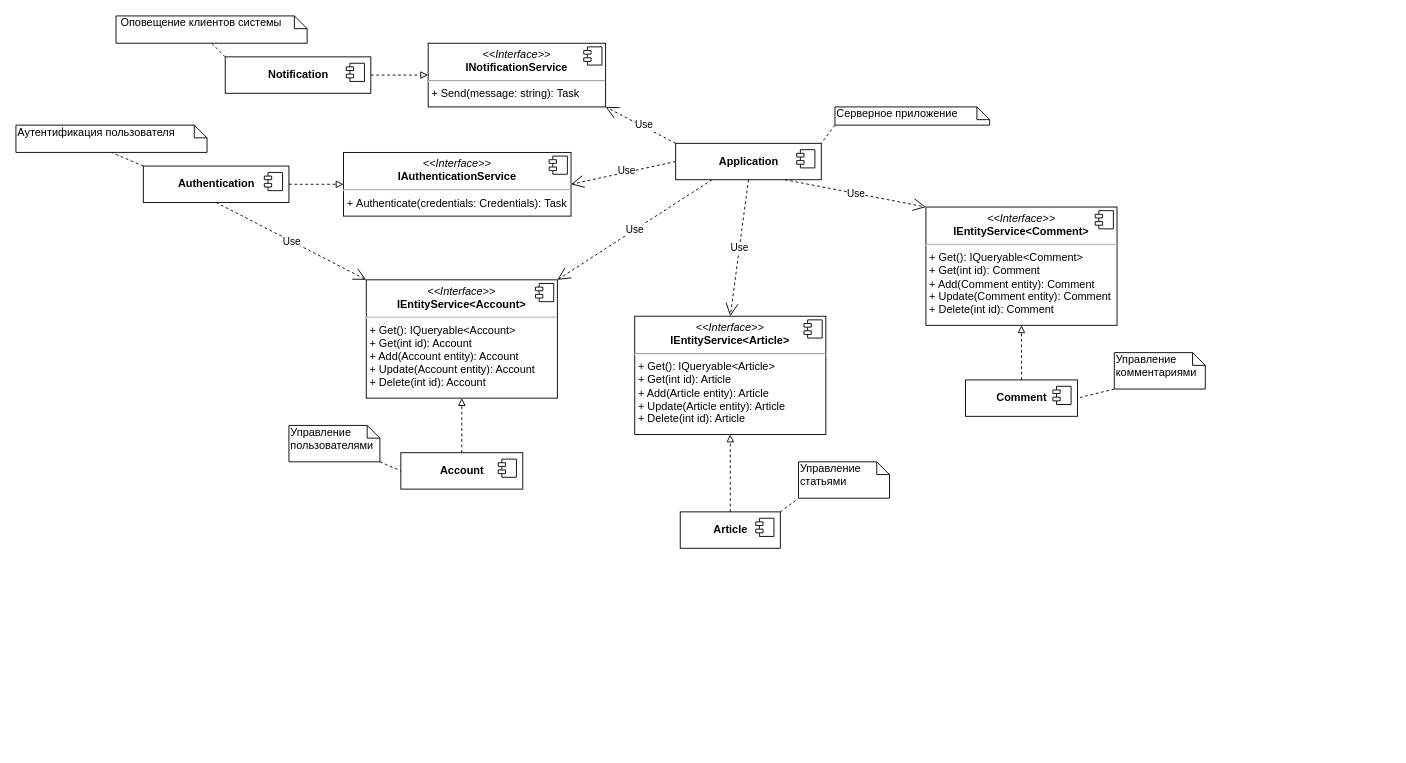
HelenMakarchuk/Infotecs.Tasks keeps this draw.io diagram as Artifacts/Component Diagram.drawio. Above is the earlier version. Source tidied: cells renumbered, new cells numbered last; positions are measured from the earlier drawing's top-left corner, leaving out a move shared by most shapes. Both pictures are drawn from the tidied source at 91%, with x=0, y=0 at pixel (15, 15).
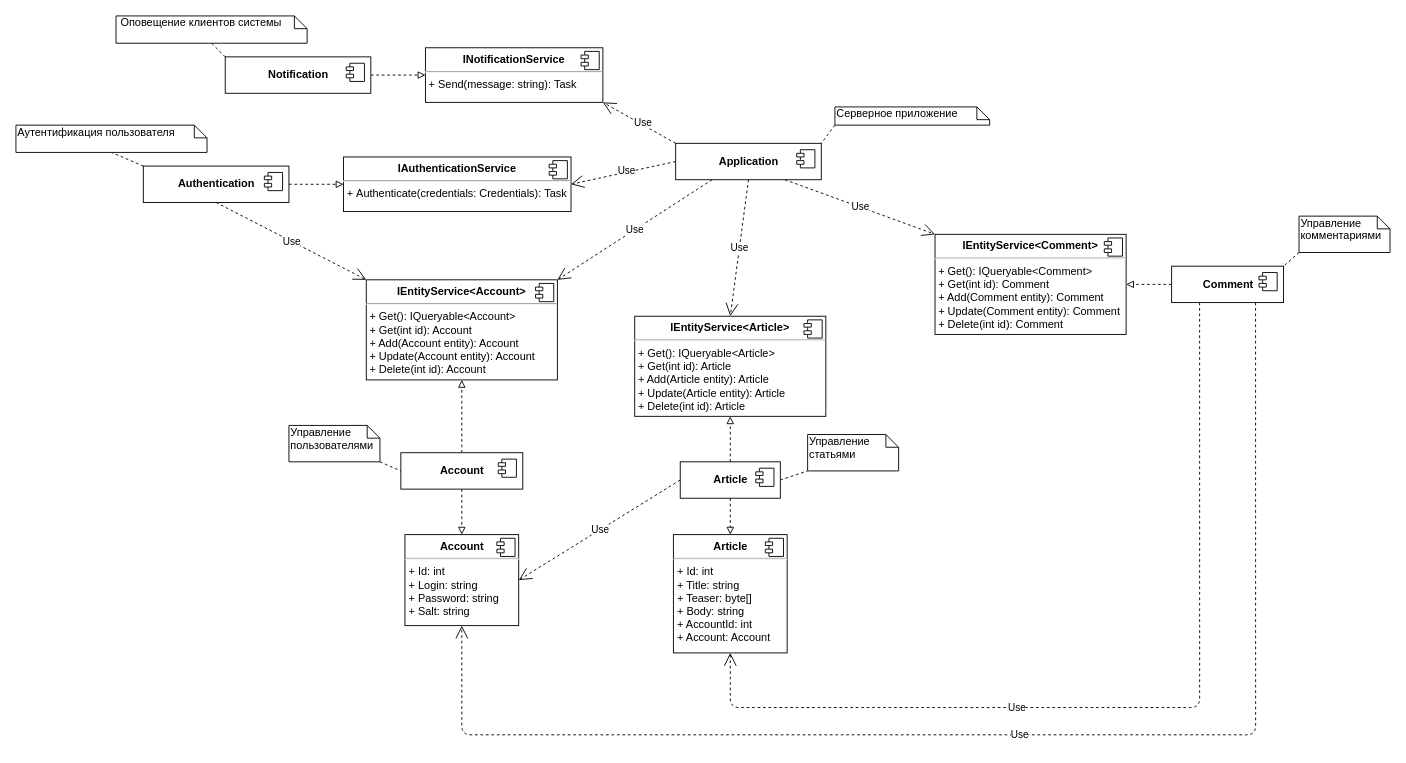
The same page after the edit.

Unchanged cells that the change refers to:
```xml
<mxCell id="10" value="&lt;b&gt;Account&lt;/b&gt;" style="html=1;" parent="1" vertex="1">
  <mxGeometry x="423" y="480" width="134" height="40" as="geometry" />
</mxCell>
```

What changed in the source:
```diff
@@
-    <mxCell id="2" style="edgeStyle=none;rounded=0;jettySize=auto;html=1;exitX=1;exitY=0;exitDx=0;exitDy=0;entryX=0;entryY=1;entryDx=0;entryDy=0;entryPerimeter=0;dashed=1;endArrow=none;endFill=0;" parent="1" edge="1" source="4" target="19">
+    <mxCell id="2" style="edgeStyle=none;rounded=0;jettySize=auto;html=1;exitX=1;exitY=0.5;exitDx=0;exitDy=0;entryX=0;entryY=1;entryDx=0;entryDy=0;entryPerimeter=0;dashed=1;endArrow=none;endFill=0;" parent="1" edge="1" source="4" target="19">
       <mxGeometry relative="1" as="geometry" />
     </mxCell>
@@
     <mxCell id="4" value="&lt;b&gt;Article&lt;/b&gt;" style="html=1;" parent="1" vertex="1">
-      <mxGeometry x="730" y="545" width="110" height="40" as="geometry" />
+      <mxGeometry x="730" y="490" width="110" height="40" as="geometry" />
     </mxCell>
@@
-    <mxCell id="6" style="edgeStyle=none;rounded=0;jettySize=auto;html=1;exitX=0.5;exitY=0;exitDx=0;exitDy=0;entryX=0.5;entryY=1;entryDx=0;entryDy=0;dashed=1;sourcePerimeterSpacing=-1;endArrow=block;endFill=0;endSize=6;" parent="1" edge="1" source="7" target="33">
+    <mxCell id="6" style="edgeStyle=none;rounded=0;jettySize=auto;html=1;exitX=0;exitY=0.5;exitDx=0;exitDy=0;entryX=1;entryY=0.5;entryDx=0;entryDy=0;dashed=1;sourcePerimeterSpacing=-1;endArrow=block;endFill=0;endSize=6;" parent="1" edge="1" source="7" target="33">
       <mxGeometry relative="1" as="geometry" />
     </mxCell>
     <mxCell id="7" value="&lt;b&gt;Comment&lt;/b&gt;" style="html=1;" parent="1" vertex="1">
-      <mxGeometry x="1043.5" y="400" width="123" height="40" as="geometry" />
+      <mxGeometry x="1270" y="275" width="123" height="40" as="geometry" />
     </mxCell>
@@
-    <mxCell id="17" style="rounded=0;jettySize=auto;html=1;exitX=0;exitY=1;exitDx=0;exitDy=0;exitPerimeter=0;entryX=1;entryY=0.5;entryDx=0;entryDy=0;endArrow=none;endFill=0;dashed=1;" parent="1" edge="1" source="18" target="7">
+    <mxCell id="17" style="rounded=0;jettySize=auto;html=1;exitX=0;exitY=1;exitDx=0;exitDy=0;exitPerimeter=0;entryX=1;entryY=0;entryDx=0;entryDy=0;endArrow=none;endFill=0;dashed=1;" parent="1" edge="1" source="18" target="7">
       <mxGeometry relative="1" as="geometry" />
     </mxCell>
     <mxCell id="18" value="&lt;span style=&quot;text-align: center&quot;&gt;У&lt;/span&gt;&lt;span style=&quot;text-align: center&quot;&gt;правление&amp;nbsp;&lt;/span&gt;&lt;br style=&quot;text-align: center&quot;&gt;&lt;span style=&quot;text-align: center&quot;&gt;комментариями&lt;/span&gt;" style="shape=note;whiteSpace=wrap;html=1;size=14;verticalAlign=top;align=left;spacingTop=-6;" parent="1" vertex="1">
-      <mxGeometry x="1207" y="370" width="100" height="40" as="geometry" />
+      <mxGeometry x="1410" y="220" width="100" height="40" as="geometry" />
     </mxCell>
     <mxCell id="19" value="Управление статьями" style="shape=note;whiteSpace=wrap;html=1;size=14;verticalAlign=top;align=left;spacingTop=-6;" parent="1" vertex="1">
-      <mxGeometry x="860" y="490" width="100" height="40" as="geometry" />
+      <mxGeometry x="870" y="460" width="100" height="40" as="geometry" />
     </mxCell>
@@
-    <mxCell id="29" value="&lt;p style=&quot;margin: 0px ; margin-top: 6px ; text-align: center&quot;&gt;&lt;i&gt;&amp;lt;&amp;lt;Interface&amp;gt;&amp;gt;&lt;/i&gt;&lt;br&gt;&lt;b&gt;IEntityService&amp;lt;&lt;/b&gt;&lt;b&gt;Account&lt;/b&gt;&lt;b&gt;&amp;gt;&lt;/b&gt;&lt;br&gt;&lt;/p&gt;&lt;hr&gt;&lt;p style=&quot;margin: 0px 0px 0px 4px&quot;&gt;+ Get():&amp;nbsp;IQueryable&amp;lt;&lt;span style=&quot;text-align: center&quot;&gt;Account&lt;/span&gt;&amp;gt;&lt;/p&gt;&lt;p style=&quot;margin: 0px 0px 0px 4px&quot;&gt;+ Get(int id): Account&lt;/p&gt;&lt;p style=&quot;margin: 0px 0px 0px 4px&quot;&gt;+ Add(Account entity): Account&lt;/p&gt;&lt;p style=&quot;margin: 0px 0px 0px 4px&quot;&gt;+ Update(Account entity): Account&lt;br&gt;+ Delete(int id): Account&lt;/p&gt;" style="align=left;overflow=fill;html=1;" parent="1" vertex="1">
-      <mxGeometry x="385" y="290" width="210" height="130" as="geometry" />
+    <mxCell id="29" value="&lt;p style=&quot;margin: 0px ; margin-top: 6px ; text-align: center&quot;&gt;&lt;b&gt;IEntityService&amp;lt;&lt;/b&gt;&lt;b&gt;Account&lt;/b&gt;&lt;b&gt;&amp;gt;&lt;/b&gt;&lt;br&gt;&lt;/p&gt;&lt;hr&gt;&lt;p style=&quot;margin: 0px 0px 0px 4px&quot;&gt;+ Get():&amp;nbsp;IQueryable&amp;lt;&lt;span style=&quot;text-align: center&quot;&gt;Account&lt;/span&gt;&amp;gt;&lt;/p&gt;&lt;p style=&quot;margin: 0px 0px 0px 4px&quot;&gt;+ Get(int id): Account&lt;/p&gt;&lt;p style=&quot;margin: 0px 0px 0px 4px&quot;&gt;+ Add(Account entity): Account&lt;/p&gt;&lt;p style=&quot;margin: 0px 0px 0px 4px&quot;&gt;+ Update(Account entity): Account&lt;br&gt;+ Delete(int id): Account&lt;/p&gt;" style="align=left;overflow=fill;html=1;" parent="1" vertex="1">
+      <mxGeometry x="385" y="290" width="210" height="110" as="geometry" />
     </mxCell>
@@
-    <mxCell id="31" value="&lt;p style=&quot;margin: 0px ; margin-top: 6px ; text-align: center&quot;&gt;&lt;i&gt;&amp;lt;&amp;lt;Interface&amp;gt;&amp;gt;&lt;/i&gt;&lt;br&gt;&lt;b&gt;IEntityService&amp;lt;Article&amp;gt;&lt;/b&gt;&lt;br&gt;&lt;/p&gt;&lt;hr&gt;&lt;p style=&quot;margin: 0px 0px 0px 4px&quot;&gt;+ Get():&amp;nbsp;IQueryable&amp;lt;Article&amp;gt;&lt;/p&gt;&lt;p style=&quot;margin: 0px 0px 0px 4px&quot;&gt;+ Get(int id): Article&lt;/p&gt;&lt;p style=&quot;margin: 0px 0px 0px 4px&quot;&gt;+ Add(Article entity): Article&lt;/p&gt;&lt;p style=&quot;margin: 0px 0px 0px 4px&quot;&gt;+ Update(Article entity): Article&lt;br&gt;+ Delete(int id): Article&lt;/p&gt;" style="align=left;overflow=fill;html=1;" parent="1" vertex="1">
-      <mxGeometry x="680" y="330" width="210" height="130" as="geometry" />
+    <mxCell id="31" value="&lt;p style=&quot;margin: 0px ; margin-top: 6px ; text-align: center&quot;&gt;&lt;b&gt;IEntityService&amp;lt;Article&amp;gt;&lt;/b&gt;&lt;br&gt;&lt;/p&gt;&lt;hr&gt;&lt;p style=&quot;margin: 0px 0px 0px 4px&quot;&gt;+ Get():&amp;nbsp;IQueryable&amp;lt;Article&amp;gt;&lt;/p&gt;&lt;p style=&quot;margin: 0px 0px 0px 4px&quot;&gt;+ Get(int id): Article&lt;/p&gt;&lt;p style=&quot;margin: 0px 0px 0px 4px&quot;&gt;+ Add(Article entity): Article&lt;/p&gt;&lt;p style=&quot;margin: 0px 0px 0px 4px&quot;&gt;+ Update(Article entity): Article&lt;br&gt;+ Delete(int id): Article&lt;/p&gt;" style="align=left;overflow=fill;html=1;" parent="1" vertex="1">
+      <mxGeometry x="680" y="330" width="210" height="110" as="geometry" />
     </mxCell>
@@
-    <mxCell id="33" value="&lt;p style=&quot;margin: 0px ; margin-top: 6px ; text-align: center&quot;&gt;&lt;i&gt;&amp;lt;&amp;lt;Interface&amp;gt;&amp;gt;&lt;/i&gt;&lt;br&gt;&lt;b&gt;IEntityService&amp;lt;&lt;/b&gt;&lt;b&gt;Comment&lt;/b&gt;&lt;b&gt;&amp;gt;&lt;/b&gt;&lt;br&gt;&lt;/p&gt;&lt;hr&gt;&lt;p style=&quot;margin: 0px 0px 0px 4px&quot;&gt;+ Get():&amp;nbsp;IQueryable&amp;lt;&lt;span style=&quot;text-align: center&quot;&gt;Comment&lt;/span&gt;&amp;gt;&lt;/p&gt;&lt;p style=&quot;margin: 0px 0px 0px 4px&quot;&gt;+ Get(int id): Comment&lt;/p&gt;&lt;p style=&quot;margin: 0px 0px 0px 4px&quot;&gt;+ Add(Comment entity): Comment&lt;/p&gt;&lt;p style=&quot;margin: 0px 0px 0px 4px&quot;&gt;+ Update(Comment entity): Comment&lt;br&gt;+ Delete(int id): Comment&lt;/p&gt;" style="align=left;overflow=fill;html=1;" parent="1" vertex="1">
-      <mxGeometry x="1000" y="210" width="210" height="130" as="geometry" />
+    <mxCell id="33" value="&lt;p style=&quot;margin: 0px ; margin-top: 6px ; text-align: center&quot;&gt;&lt;b&gt;IEntityService&amp;lt;&lt;/b&gt;&lt;b&gt;Comment&lt;/b&gt;&lt;b&gt;&amp;gt;&lt;/b&gt;&lt;br&gt;&lt;/p&gt;&lt;hr&gt;&lt;p style=&quot;margin: 0px 0px 0px 4px&quot;&gt;+ Get():&amp;nbsp;IQueryable&amp;lt;&lt;span style=&quot;text-align: center&quot;&gt;Comment&lt;/span&gt;&amp;gt;&lt;/p&gt;&lt;p style=&quot;margin: 0px 0px 0px 4px&quot;&gt;+ Get(int id): Comment&lt;/p&gt;&lt;p style=&quot;margin: 0px 0px 0px 4px&quot;&gt;+ Add(Comment entity): Comment&lt;/p&gt;&lt;p style=&quot;margin: 0px 0px 0px 4px&quot;&gt;+ Update(Comment entity): Comment&lt;br&gt;+ Delete(int id): Comment&lt;/p&gt;" style="align=left;overflow=fill;html=1;" parent="1" vertex="1">
+      <mxGeometry x="1010" y="240" width="210" height="110" as="geometry" />
     </mxCell>
@@
-    <mxCell id="36" value="&lt;p style=&quot;margin: 0px ; margin-top: 6px ; text-align: center&quot;&gt;&lt;i&gt;&amp;lt;&amp;lt;Interface&amp;gt;&amp;gt;&lt;/i&gt;&lt;br&gt;&lt;b&gt;I&lt;/b&gt;&lt;b&gt;Notification&lt;/b&gt;&lt;b&gt;Service&lt;/b&gt;&lt;br&gt;&lt;/p&gt;&lt;hr&gt;&lt;p style=&quot;margin: 0px 0px 0px 4px&quot;&gt;+ Send(message: string):&amp;nbsp;Task&lt;/p&gt;&amp;nbsp;" style="align=left;overflow=fill;html=1;" parent="1" vertex="1">
-      <mxGeometry x="453" y="30" width="195" height="70" as="geometry" />
+    <mxCell id="36" value="&lt;p style=&quot;margin: 0px ; margin-top: 6px ; text-align: center&quot;&gt;&lt;b&gt;I&lt;/b&gt;&lt;b&gt;Notification&lt;/b&gt;&lt;b&gt;Service&lt;/b&gt;&lt;br&gt;&lt;/p&gt;&lt;hr&gt;&lt;p style=&quot;margin: 0px 0px 0px 4px&quot;&gt;+ Send(message: string):&amp;nbsp;Task&lt;/p&gt;&amp;nbsp;" style="align=left;overflow=fill;html=1;" parent="1" vertex="1">
+      <mxGeometry x="450" y="35" width="195" height="60" as="geometry" />
     </mxCell>
@@
-    <mxCell id="43" value="&lt;p style=&quot;margin: 0px ; margin-top: 6px ; text-align: center&quot;&gt;&lt;i&gt;&amp;lt;&amp;lt;Interface&amp;gt;&amp;gt;&lt;/i&gt;&lt;br&gt;&lt;b&gt;I&lt;/b&gt;&lt;b&gt;Authentication&lt;/b&gt;&lt;b&gt;Service&lt;/b&gt;&lt;br&gt;&lt;/p&gt;&lt;hr&gt;&lt;p style=&quot;margin: 0px 0px 0px 4px&quot;&gt;+&amp;nbsp;&lt;span style=&quot;text-align: center&quot;&gt;Authenticate&lt;/span&gt;(credentials: Credentials):&amp;nbsp;Task&lt;/p&gt;&amp;nbsp;" style="align=left;overflow=fill;html=1;" parent="1" vertex="1">
-      <mxGeometry x="360" y="150" width="250" height="70" as="geometry" />
+    <mxCell id="43" value="&lt;p style=&quot;margin: 0px ; margin-top: 6px ; text-align: center&quot;&gt;&lt;b&gt;I&lt;/b&gt;&lt;b&gt;Authentication&lt;/b&gt;&lt;b&gt;Service&lt;/b&gt;&lt;br&gt;&lt;/p&gt;&lt;hr&gt;&lt;p style=&quot;margin: 0px 0px 0px 4px&quot;&gt;+&amp;nbsp;&lt;span style=&quot;text-align: center&quot;&gt;Authenticate&lt;/span&gt;(credentials: Credentials):&amp;nbsp;Task&lt;/p&gt;&amp;nbsp;" style="align=left;overflow=fill;html=1;" parent="1" vertex="1">
+      <mxGeometry x="360" y="155" width="250" height="60" as="geometry" />
     </mxCell>
@@
+    <mxCell id="47" value="&lt;p style=&quot;margin: 0px ; margin-top: 6px ; text-align: center&quot;&gt;&lt;b&gt;Account&lt;/b&gt;&lt;br&gt;&lt;/p&gt;&lt;hr&gt;&lt;p style=&quot;margin: 0px 0px 0px 4px&quot;&gt;+ Id: int&lt;br style=&quot;padding: 0px ; margin: 0px&quot;&gt;+ Login: string&lt;br style=&quot;padding: 0px ; margin: 0px&quot;&gt;+ Password: string&lt;br style=&quot;padding: 0px ; margin: 0px&quot;&gt;+ Salt: string&lt;br&gt;&lt;/p&gt;" style="align=left;overflow=fill;html=1;" parent="1" vertex="1">
+      <mxGeometry x="427.5" y="570" width="125" height="100" as="geometry" />
+    </mxCell>
+    <mxCell id="48" style="shape=component;jettyWidth=8;jettyHeight=4;" parent="47" vertex="1">
+      <mxGeometry x="1" width="20" height="20" relative="1" as="geometry">
+        <mxPoint x="-24" y="4" as="offset" />
+      </mxGeometry>
+    </mxCell>
+    <mxCell id="49" style="edgeStyle=none;rounded=0;jettySize=auto;html=1;exitX=0.5;exitY=1;exitDx=0;exitDy=0;entryX=0.5;entryY=0;entryDx=0;entryDy=0;dashed=1;sourcePerimeterSpacing=-1;endArrow=block;endFill=0;endSize=6;" parent="1" edge="1" source="10" target="47">
+      <mxGeometry relative="1" as="geometry" />
+    </mxCell>
+    <mxCell id="50" value="Use" style="endArrow=open;endSize=12;dashed=1;html=1;exitX=0.75;exitY=1;exitDx=0;exitDy=0;entryX=0.5;entryY=1;entryDx=0;entryDy=0;edgeStyle=orthogonalEdgeStyle;" parent="1" edge="1" source="7" target="47">
+      <mxGeometry relative="1" as="geometry">
+        <Array as="points">
+          <mxPoint x="1362" y="790" />
+          <mxPoint x="490" y="790" />
+        </Array>
+      </mxGeometry>
+    </mxCell>
+    <mxCell id="51" value="&lt;p style=&quot;margin: 0px ; margin-top: 6px ; text-align: center&quot;&gt;&lt;b&gt;Article&lt;/b&gt;&lt;br&gt;&lt;/p&gt;&lt;hr&gt;&lt;p style=&quot;margin: 0px 0px 0px 4px&quot;&gt;+ Id: int&lt;br style=&quot;padding: 0px ; margin: 0px&quot;&gt;+ Title: string&lt;br style=&quot;padding: 0px ; margin: 0px&quot;&gt;+ Teaser: byte[]&lt;br style=&quot;padding: 0px ; margin: 0px&quot;&gt;+ Body: string&lt;br style=&quot;padding: 0px ; margin: 0px&quot;&gt;+ AccountId: int&lt;br style=&quot;padding: 0px ; margin: 0px&quot;&gt;+ Account: Account&lt;/p&gt;&lt;div style=&quot;padding: 0px ; margin: 0px&quot;&gt;&lt;br style=&quot;padding: 0px ; margin: 0px&quot;&gt;&lt;/div&gt;" style="align=left;overflow=fill;html=1;" parent="1" vertex="1">
+      <mxGeometry x="722.5" y="570" width="125" height="130" as="geometry" />
+    </mxCell>
+    <mxCell id="52" style="shape=component;jettyWidth=8;jettyHeight=4;" parent="51" vertex="1">
+      <mxGeometry x="1" width="20" height="20" relative="1" as="geometry">
+        <mxPoint x="-24" y="4" as="offset" />
+      </mxGeometry>
+    </mxCell>
+    <mxCell id="53" style="edgeStyle=none;rounded=0;jettySize=auto;html=1;exitX=0.5;exitY=1;exitDx=0;exitDy=0;dashed=1;sourcePerimeterSpacing=-1;endArrow=block;endFill=0;endSize=6;entryX=0.5;entryY=0;entryDx=0;entryDy=0;" parent="1" edge="1" source="4" target="51">
+      <mxGeometry relative="1" as="geometry" />
+    </mxCell>
+    <mxCell id="54" value="Use" style="endArrow=open;endSize=12;dashed=1;html=1;exitX=0.25;exitY=1;exitDx=0;exitDy=0;entryX=0.5;entryY=1;entryDx=0;entryDy=0;edgeStyle=orthogonalEdgeStyle;" parent="1" edge="1" source="7" target="51">
+      <mxGeometry x="0.02" y="-125" relative="1" as="geometry">
+        <Array as="points">
+          <mxPoint x="1301" y="760" />
+          <mxPoint x="785" y="760" />
+        </Array>
+        <mxPoint x="-125" y="125" as="offset" />
+      </mxGeometry>
+    </mxCell>
+    <mxCell id="55" value="Use" style="endArrow=open;endSize=12;dashed=1;html=1;exitX=0;exitY=0.5;exitDx=0;exitDy=0;entryX=1;entryY=0.5;entryDx=0;entryDy=0;" parent="1" edge="1" source="4" target="47">
+      <mxGeometry relative="1" as="geometry" />
+    </mxCell>
```
